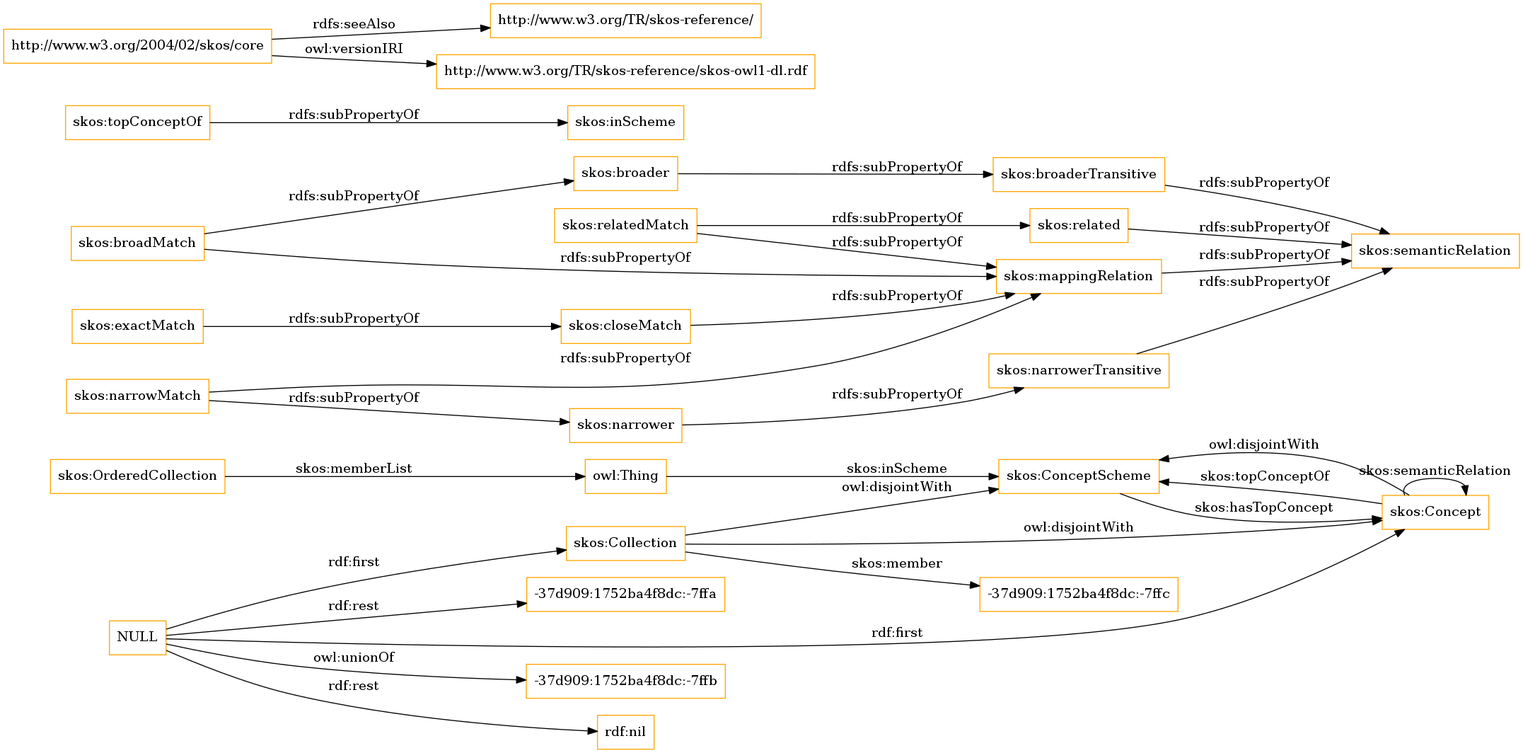
Before: OnToology/imports/skos.owl/diagrams/ar2dtool-class/skos.owl.png, a diagram exported from Graphviz (OnToologyUser/core-ontology-1). Its source is kept beside it as OnToology/imports/skos.owl/diagrams/ar2dtool-class/skos.owl.png.dot.
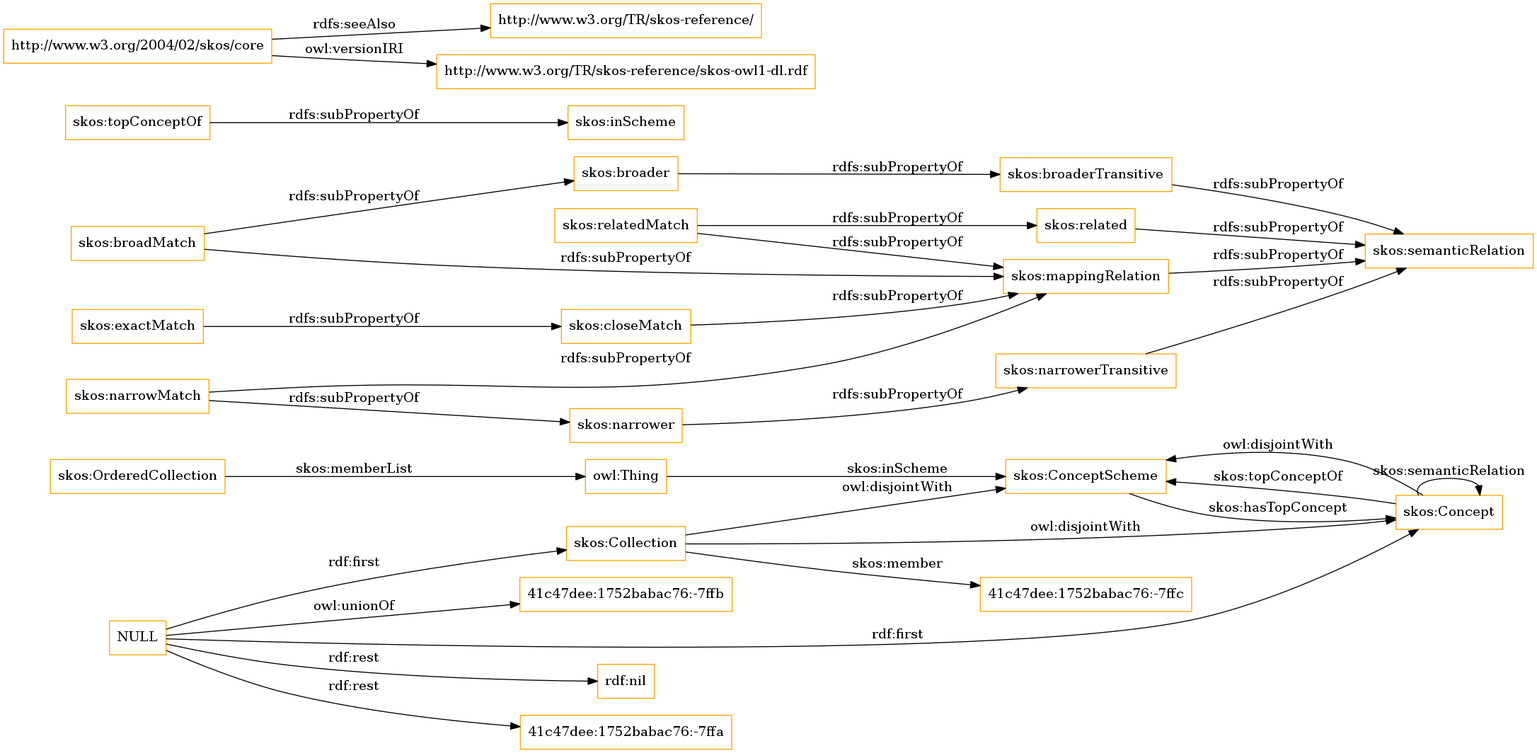
The same file after the commit.

The edit, as a diff of the source:
```diff
@@ -1,13 +1,13 @@
 digraph ar2dtool_diagram {
 rankdir=LR;
 size="1501"
-node [shape = rectangle, color="orange"]; "skos:OrderedCollection" "skos:ConceptScheme" "skos:Concept" "skos:Collection" "-37d909:1752ba4f8dc:-7ffc" ; /*classes style*/
+node [shape = rectangle, color="orange"]; "skos:OrderedCollection" "skos:ConceptScheme" "skos:Concept" "skos:Collection" "41c47dee:1752babac76:-7ffc" ; /*classes style*/
 	"skos:narrowerTransitive" -> "skos:semanticRelation" [ label = "rdfs:subPropertyOf" ];
-	"NULL" -> "-37d909:1752ba4f8dc:-7ffb" [ label = "owl:unionOf" ];
 	"NULL" -> "rdf:nil" [ label = "rdf:rest" ];
 	"NULL" -> "skos:Concept" [ label = "rdf:first" ];
-	"NULL" -> "-37d909:1752ba4f8dc:-7ffa" [ label = "rdf:rest" ];
+	"NULL" -> "41c47dee:1752babac76:-7ffa" [ label = "rdf:rest" ];
 	"NULL" -> "skos:Collection" [ label = "rdf:first" ];
+	"NULL" -> "41c47dee:1752babac76:-7ffb" [ label = "owl:unionOf" ];
 	"skos:closeMatch" -> "skos:mappingRelation" [ label = "rdfs:subPropertyOf" ];
 	"skos:Concept" -> "skos:ConceptScheme" [ label = "owl:disjointWith" ];
 	"skos:relatedMatch" -> "skos:related" [ label = "rdfs:subPropertyOf" ];
@@ -30,7 +30,7 @@
 	"skos:OrderedCollection" -> "owl:Thing" [ label = "skos:memberList" ];
 	"skos:Concept" -> "skos:ConceptScheme" [ label = "skos:topConceptOf" ];
 	"skos:Concept" -> "skos:Concept" [ label = "skos:semanticRelation" ];
-	"skos:Collection" -> "-37d909:1752ba4f8dc:-7ffc" [ label = "skos:member" ];
+	"skos:Collection" -> "41c47dee:1752babac76:-7ffc" [ label = "skos:member" ];
 	"skos:ConceptScheme" -> "skos:Concept" [ label = "skos:hasTopConcept" ];
 	"owl:Thing" -> "skos:ConceptScheme" [ label = "skos:inScheme" ];
 
```
